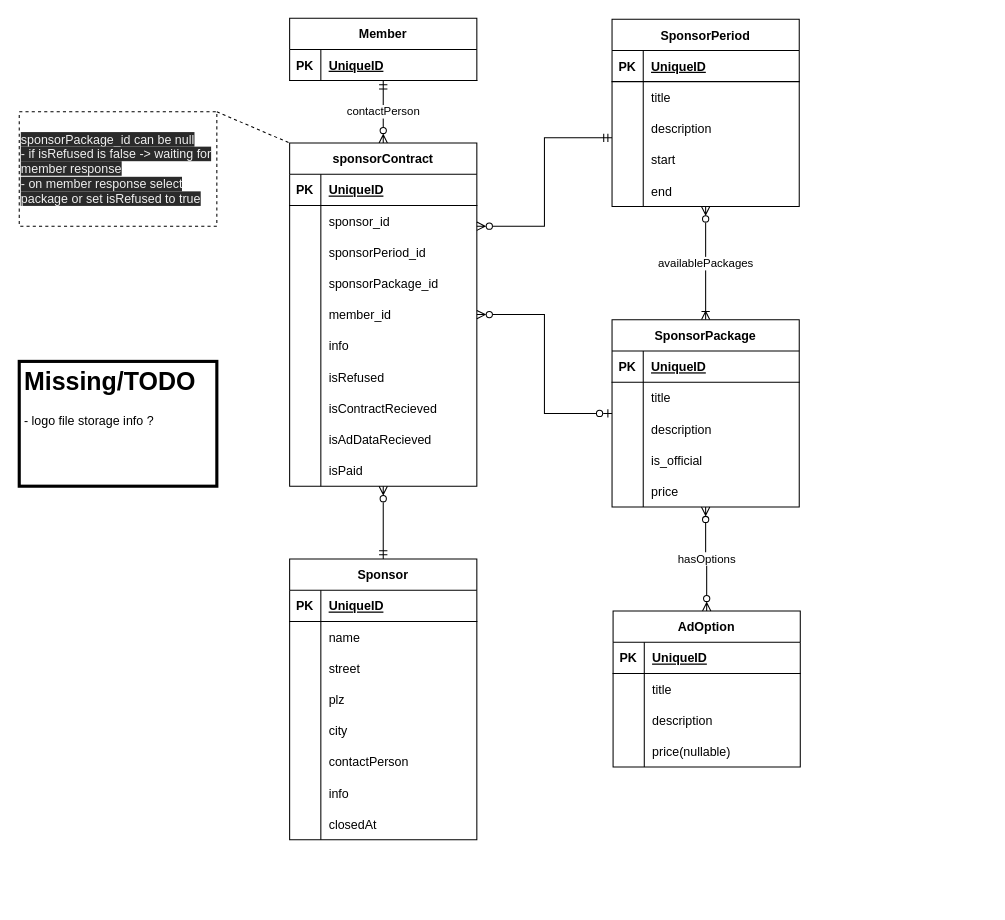
Above: page "sponsors_draft" (2 of 2) of docs/fullDatabase.drawio in danielraab/club-manager (draw.io), before the change. Source tidied: cells renumbered, new cells numbered last; positions are measured from the earlier drawing's top-left corner, leaving out a move shared by most shapes. Both pictures are drawn from the tidied source at 104%, with x=0, y=0 at pixel (19, 18).
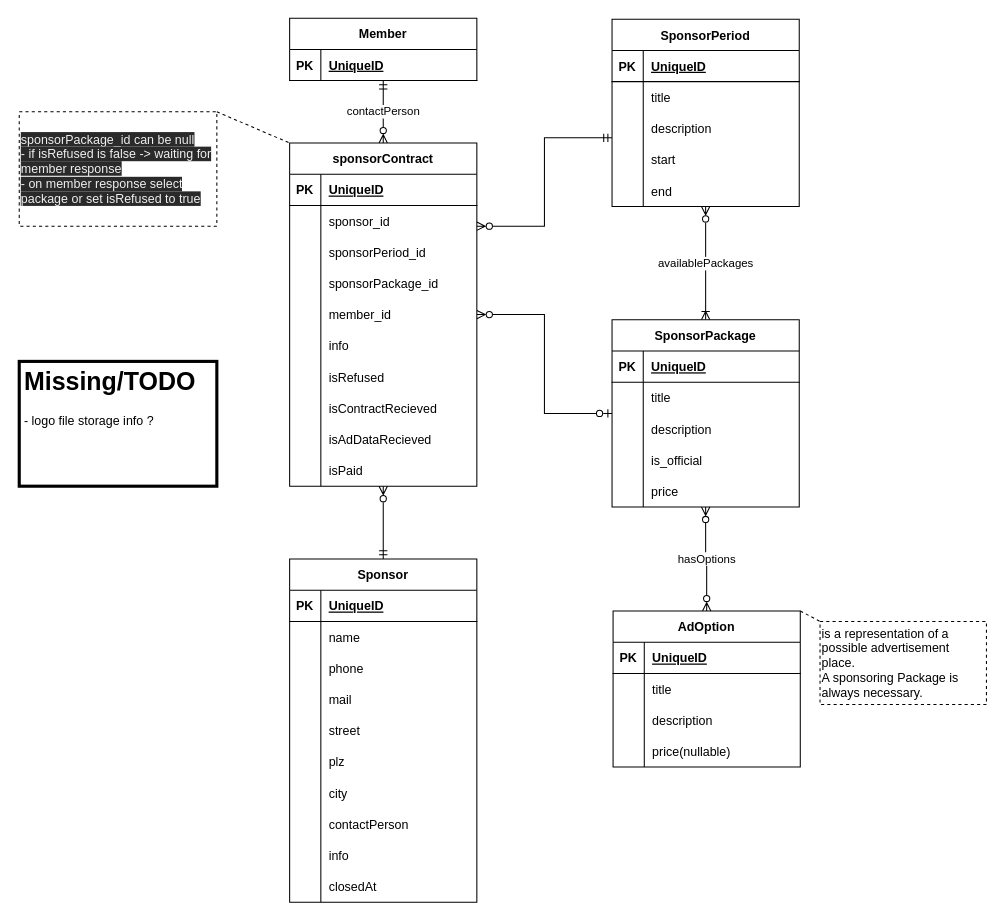
Above is the later version.

Commit message:
small hint on db diagram

Unchanged cells that the change refers to:
```xml
<mxCell id="27" value="AdOption" style="shape=table;startSize=30;childLayout=tableLayout;rowLines=0;fontStyle=1;align=center;" parent="1" vertex="1">
  <mxGeometry x="571" y="570" width="180" height="150" as="geometry" />
</mxCell>
```

Change to the diagram source:
```diff
@@
     <mxCell id="2" value="Sponsor" style="shape=table;startSize=30;childLayout=tableLayout;rowLines=0;fontStyle=1;align=center;" parent="1" vertex="1">
-      <mxGeometry x="260" y="520" width="180" height="270" as="geometry" />
+      <mxGeometry x="260" y="520" width="180" height="330" as="geometry" />
     </mxCell>
@@
+    <mxCell id="116" style="shape=tableRow;horizontal=0;startSize=0;swimlaneHead=0;swimlaneBody=0;fillColor=none;top=0;left=0;right=0;bottom=0;" parent="2" vertex="1">
+      <mxGeometry y="90" width="180" height="30" as="geometry" />
+    </mxCell>
+    <mxCell id="117" style="shape=partialRectangle;fillColor=none;top=0;left=0;bottom=0;right=0;overflow=hidden;" parent="116" vertex="1">
+      <mxGeometry width="30" height="30" as="geometry" />
+    </mxCell>
+    <mxCell id="118" value="phone" style="shape=partialRectangle;fillColor=none;top=0;left=0;bottom=0;right=0;align=left;spacingLeft=6;overflow=hidden;" parent="116" vertex="1">
+      <mxGeometry x="30" width="150" height="30" as="geometry" />
+    </mxCell>
+    <mxCell id="119" style="shape=tableRow;horizontal=0;startSize=0;swimlaneHead=0;swimlaneBody=0;fillColor=none;top=0;left=0;right=0;bottom=0;" parent="2" vertex="1">
+      <mxGeometry y="120" width="180" height="30" as="geometry" />
+    </mxCell>
+    <mxCell id="120" style="shape=partialRectangle;fillColor=none;top=0;left=0;bottom=0;right=0;overflow=hidden;" parent="119" vertex="1">
+      <mxGeometry width="30" height="30" as="geometry" />
+    </mxCell>
+    <mxCell id="121" value="mail" style="shape=partialRectangle;fillColor=none;top=0;left=0;bottom=0;right=0;align=left;spacingLeft=6;overflow=hidden;" parent="119" vertex="1">
+      <mxGeometry x="30" width="150" height="30" as="geometry" />
+    </mxCell>
     <mxCell id="9" style="shape=tableRow;horizontal=0;startSize=0;swimlaneHead=0;swimlaneBody=0;fillColor=none;top=0;left=0;right=0;bottom=0;" parent="2" vertex="1">
-      <mxGeometry y="90" width="180" height="30" as="geometry" />
+      <mxGeometry y="150" width="180" height="30" as="geometry" />
     </mxCell>
@@
     <mxCell id="12" style="shape=tableRow;horizontal=0;startSize=0;swimlaneHead=0;swimlaneBody=0;fillColor=none;top=0;left=0;right=0;bottom=0;" parent="2" vertex="1">
-      <mxGeometry y="120" width="180" height="30" as="geometry" />
+      <mxGeometry y="180" width="180" height="30" as="geometry" />
     </mxCell>
@@
     <mxCell id="15" style="shape=tableRow;horizontal=0;startSize=0;swimlaneHead=0;swimlaneBody=0;fillColor=none;top=0;left=0;right=0;bottom=0;" parent="2" vertex="1">
-      <mxGeometry y="150" width="180" height="30" as="geometry" />
+      <mxGeometry y="210" width="180" height="30" as="geometry" />
     </mxCell>
@@
     <mxCell id="18" style="shape=tableRow;horizontal=0;startSize=0;swimlaneHead=0;swimlaneBody=0;fillColor=none;top=0;left=0;right=0;bottom=0;" parent="2" vertex="1">
-      <mxGeometry y="180" width="180" height="30" as="geometry" />
+      <mxGeometry y="240" width="180" height="30" as="geometry" />
     </mxCell>
@@
     <mxCell id="21" style="shape=tableRow;horizontal=0;startSize=0;swimlaneHead=0;swimlaneBody=0;fillColor=none;top=0;left=0;right=0;bottom=0;" parent="2" vertex="1">
-      <mxGeometry y="210" width="180" height="30" as="geometry" />
+      <mxGeometry y="270" width="180" height="30" as="geometry" />
     </mxCell>
@@
     <mxCell id="24" style="shape=tableRow;horizontal=0;startSize=0;swimlaneHead=0;swimlaneBody=0;fillColor=none;top=0;left=0;right=0;bottom=0;" parent="2" vertex="1">
-      <mxGeometry y="240" width="180" height="30" as="geometry" />
+      <mxGeometry y="300" width="180" height="30" as="geometry" />
     </mxCell>
@@
+    <mxCell id="122" style="rounded=0;jettySize=auto;html=1;exitX=1;exitY=0;exitDx=0;exitDy=0;entryX=0;entryY=0;entryDx=0;entryDy=0;endArrow=none;endFill=0;dashed=1;" parent="1" edge="1" source="27" target="123">
+      <mxGeometry relative="1" as="geometry" />
+    </mxCell>
@@
+    <mxCell id="123" value="is a representation of a possible advertisement place.&lt;br&gt;A sponsoring Package is always necessary." style="text;html=1;strokeColor=default;fillColor=none;align=left;verticalAlign=middle;whiteSpace=wrap;rounded=0;dashed=1;" parent="1" vertex="1">
+      <mxGeometry x="770" y="580" width="160" height="80" as="geometry" />
+    </mxCell>
```
